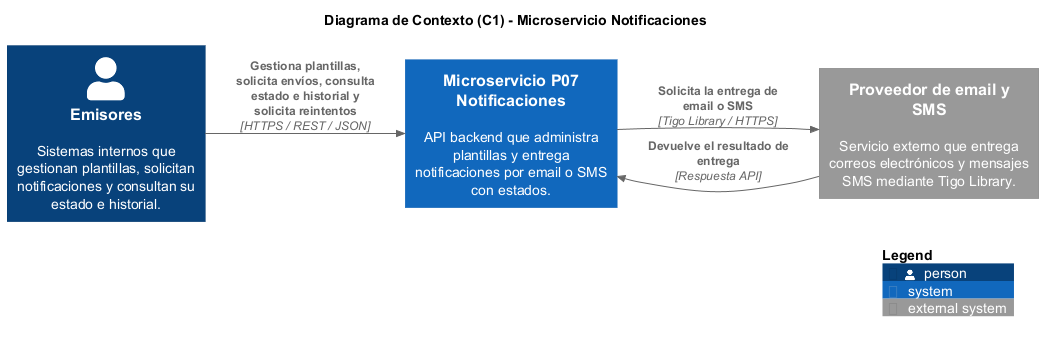
The PlantUML diagram notificaciones-architecture/diagrams/C4/contexto/notificaciones-01-contexto.png in Frosmin/tigoBootcamp, before a commit.
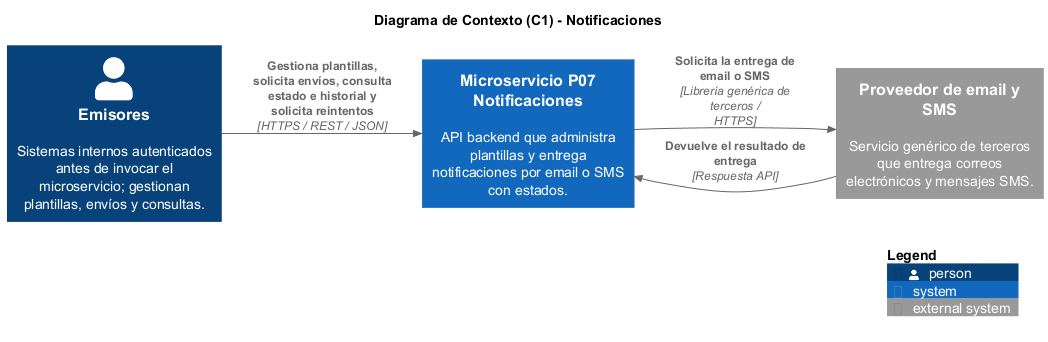
The same diagram one commit later.

Diff of the diagram source:
```diff
@@ -5,20 +5,15 @@
 
 LAYOUT_LEFT_RIGHT()
 
-title Diagrama de Contexto (C1) - Microservicio Notificaciones
+title Diagrama de Contexto (C1) - Notificaciones
 
-Person(emisores,"Emisores", "Sistemas internos que gestionan plantillas, solicitan notificaciones y consultan su estado e historial.")
-
-
+Person(emisores,"Emisores", "Sistemas internos autenticados antes de invocar el microservicio; gestionan plantillas, envíos y consultas.")
 System(notificaciones, "Microservicio P07 Notificaciones", "API backend que administra plantillas y entrega notificaciones por email o SMS con estados.")
 
-System_Ext(proveedor, "Proveedor de email y SMS", "Servicio externo que entrega correos electrónicos y mensajes SMS mediante Tigo Library.")
+System_Ext(proveedor, "Proveedor de email y SMS", "Servicio genérico de terceros que entrega correos electrónicos y mensajes SMS.")
 
 Rel(emisores, notificaciones, "Gestiona plantillas, solicita envíos, consulta estado e historial y solicita reintentos", "HTTPS / REST / JSON")
-Rel(notificaciones, proveedor, "Solicita la entrega de email o SMS", "Tigo Library / HTTPS")
+Rel(notificaciones, proveedor, "Solicita la entrega de email o SMS", "Librería genérica de terceros / HTTPS")
 Rel(proveedor, notificaciones, "Devuelve el resultado de entrega", "Respuesta API")
-
-
-
 SHOW_LEGEND()
 @enduml
```
